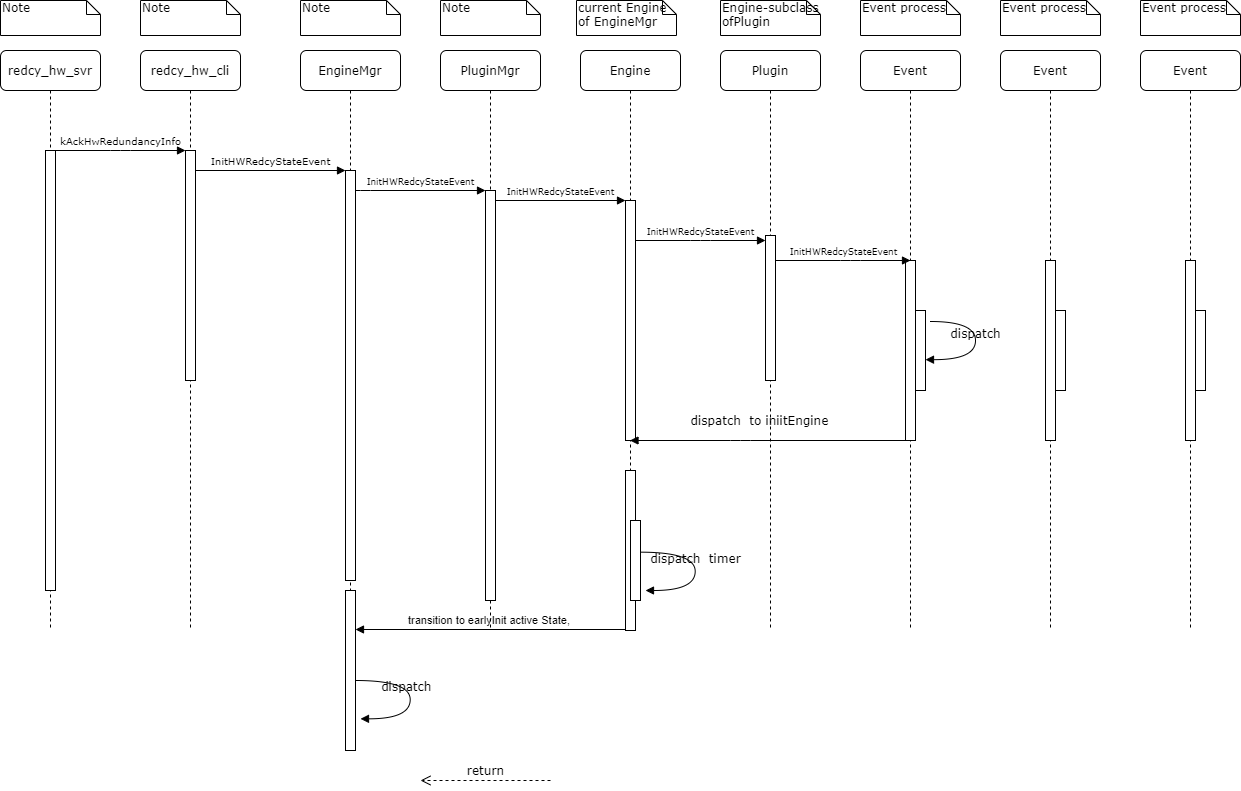
Before: UML/StartActiveRedundancy.png, a diagram exported from draw.io (Steve888888/FN-Redundancy). Source tidied: cells renumbered, new cells last; positions are measured from the earlier drawing's top-left corner, leaving out a move shared by most shapes.
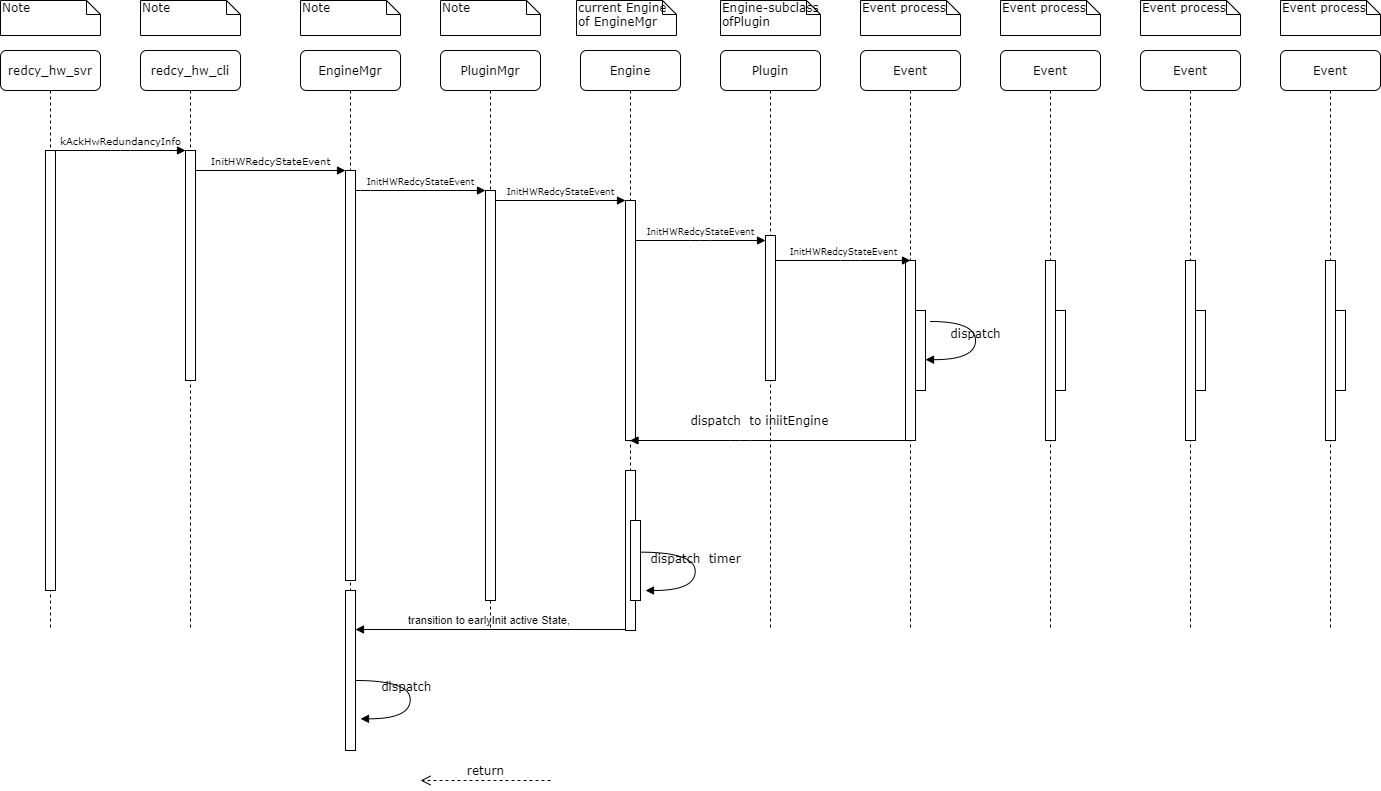
Above is the later version.

Diff of the diagram source:
```diff
@@ -186,5 +186,17 @@
     <mxCell id="46" style="html=1;perimeter=orthogonalPerimeter;" parent="44" vertex="1">
       <mxGeometry x="55" y="260" width="10" height="80" as="geometry" />
     </mxCell>
+    <mxCell id="47" value="Event process" style="shape=note;whiteSpace=wrap;html=1;size=14;verticalAlign=top;align=left;spacingTop=-6;rounded=0;shadow=0;comic=0;labelBackgroundColor=none;strokeWidth=1;fontFamily=Verdana;fontSize=12;" parent="1" vertex="1">
+      <mxGeometry x="1280" width="100" height="35" as="geometry" />
+    </mxCell>
+    <mxCell id="48" value="Event" style="shape=umlLifeline;perimeter=lifelinePerimeter;whiteSpace=wrap;html=1;rounded=1;shadow=0;comic=0;labelBackgroundColor=none;strokeWidth=1;fontFamily=Verdana;fontSize=12;align=center;" parent="1" vertex="1">
+      <mxGeometry x="1280" y="50" width="100" height="580" as="geometry" />
+    </mxCell>
+    <mxCell id="49" style="html=1;perimeter=orthogonalPerimeter;rounded=0;shadow=0;comic=0;labelBackgroundColor=none;strokeColor=#000000;strokeWidth=1;fillColor=#FFFFFF;fontFamily=Verdana;fontSize=12;fontColor=#000000;align=center;" parent="48" vertex="1">
+      <mxGeometry x="45" y="210" width="10" height="180" as="geometry" />
+    </mxCell>
+    <mxCell id="50" style="html=1;perimeter=orthogonalPerimeter;" parent="48" vertex="1">
+      <mxGeometry x="55" y="260" width="10" height="80" as="geometry" />
+    </mxCell>
   </root>
 </mxGraphModel>
```
